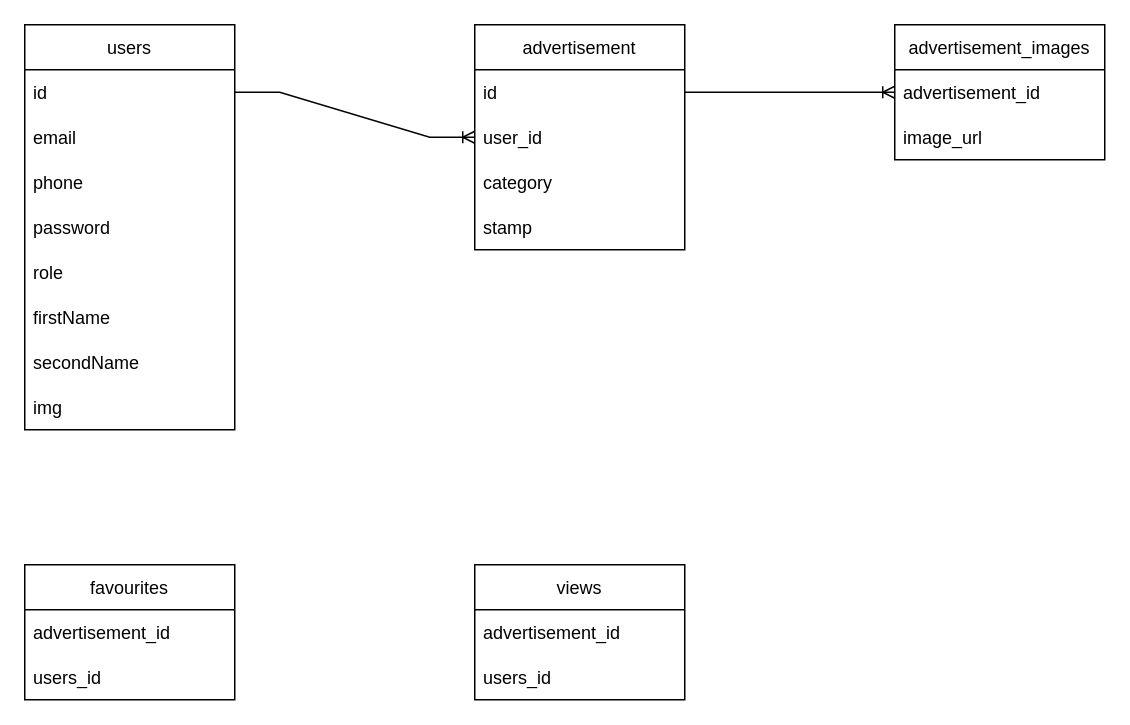
The draw.io diagram Untitled Diagram.drawio in virus-dev/online-bulletin-board-backend, before the edit. Source tidied: cells renumbered, new cells numbered last; positions are measured from the earlier drawing's top-left corner, leaving out a move shared by most shapes. Both pictures are drawn from the tidied source at 150%, with x=0, y=0 at pixel (24, 24).
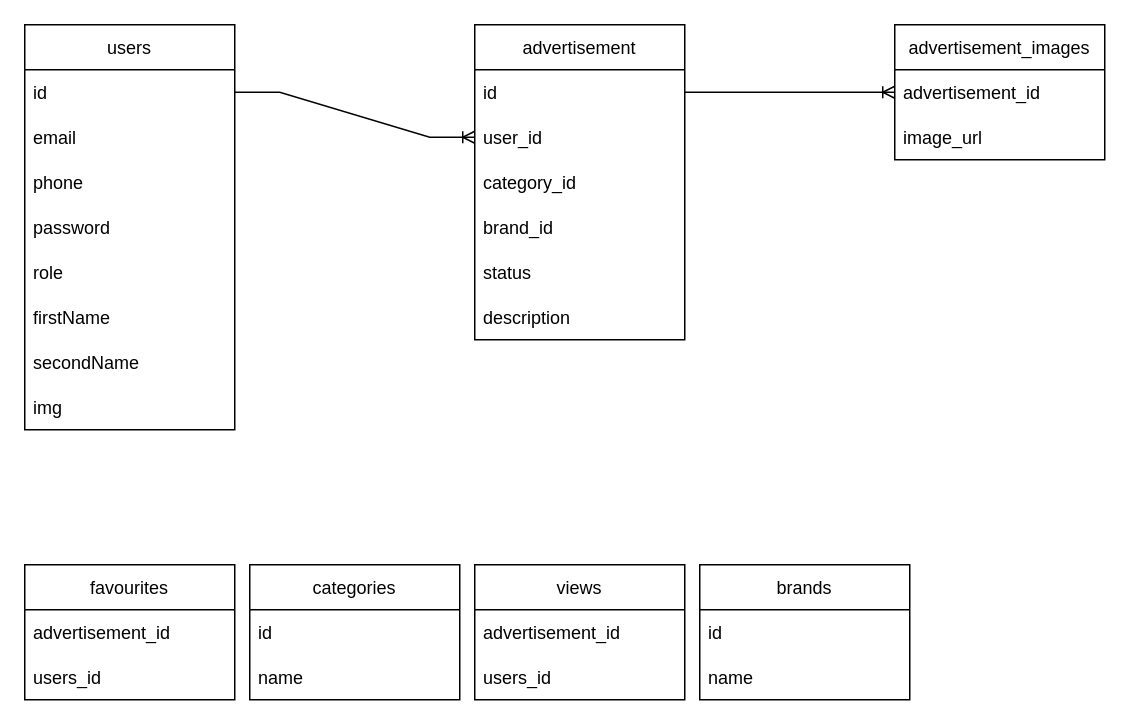
After the change.

Diff of the diagram source:
```diff
@@
     <mxCell id="11" value="advertisement" style="swimlane;fontStyle=0;horizontal=1;startSize=30;" parent="1" vertex="1">
-      <mxGeometry x="300" width="140" height="150" as="geometry" />
+      <mxGeometry x="300" width="140" height="210" as="geometry" />
     </mxCell>
@@
-    <mxCell id="14" value="category" style="text;strokeColor=none;fillColor=none;align=left;verticalAlign=middle;spacingLeft=4;spacingRight=4;overflow=hidden;" parent="11" vertex="1">
+    <mxCell id="14" value="category_id" style="text;strokeColor=none;fillColor=none;align=left;verticalAlign=middle;spacingLeft=4;spacingRight=4;overflow=hidden;" parent="11" vertex="1">
       <mxGeometry y="90" width="140" height="30" as="geometry" />
     </mxCell>
-    <mxCell id="15" value="stamp" style="text;strokeColor=none;fillColor=none;align=left;verticalAlign=middle;spacingLeft=4;spacingRight=4;overflow=hidden;" parent="11" vertex="1">
+    <mxCell id="15" value="brand_id" style="text;strokeColor=none;fillColor=none;align=left;verticalAlign=middle;spacingLeft=4;spacingRight=4;overflow=hidden;" parent="11" vertex="1">
       <mxGeometry y="120" width="140" height="30" as="geometry" />
     </mxCell>
+    <mxCell id="27" value="status" style="text;strokeColor=none;fillColor=none;align=left;verticalAlign=middle;spacingLeft=4;spacingRight=4;overflow=hidden;" parent="11" vertex="1">
+      <mxGeometry y="150" width="140" height="30" as="geometry" />
+    </mxCell>
+    <mxCell id="28" value="description" style="text;strokeColor=none;fillColor=none;align=left;verticalAlign=middle;spacingLeft=4;spacingRight=4;overflow=hidden;" parent="11" vertex="1">
+      <mxGeometry y="180" width="140" height="30" as="geometry" />
+    </mxCell>
@@
+    <mxCell id="29" value="categories" style="swimlane;fontStyle=0;horizontal=1;startSize=30;" parent="1" vertex="1">
+      <mxGeometry x="150" y="360" width="140" height="90" as="geometry" />
+    </mxCell>
+    <mxCell id="30" value="id" style="text;strokeColor=none;fillColor=none;align=left;verticalAlign=middle;spacingLeft=4;spacingRight=4;overflow=hidden;" parent="29" vertex="1">
+      <mxGeometry y="30" width="140" height="30" as="geometry" />
+    </mxCell>
+    <mxCell id="31" value="name" style="text;strokeColor=none;fillColor=none;align=left;verticalAlign=middle;spacingLeft=4;spacingRight=4;overflow=hidden;" parent="29" vertex="1">
+      <mxGeometry y="60" width="140" height="30" as="geometry" />
+    </mxCell>
+    <mxCell id="32" value="brands" style="swimlane;fontStyle=0;horizontal=1;startSize=30;" parent="1" vertex="1">
+      <mxGeometry x="450" y="360" width="140" height="90" as="geometry" />
+    </mxCell>
+    <mxCell id="33" value="id" style="text;strokeColor=none;fillColor=none;align=left;verticalAlign=middle;spacingLeft=4;spacingRight=4;overflow=hidden;" parent="32" vertex="1">
+      <mxGeometry y="30" width="140" height="30" as="geometry" />
+    </mxCell>
+    <mxCell id="34" value="name" style="text;strokeColor=none;fillColor=none;align=left;verticalAlign=middle;spacingLeft=4;spacingRight=4;overflow=hidden;" parent="32" vertex="1">
+      <mxGeometry y="60" width="140" height="30" as="geometry" />
+    </mxCell>
```
